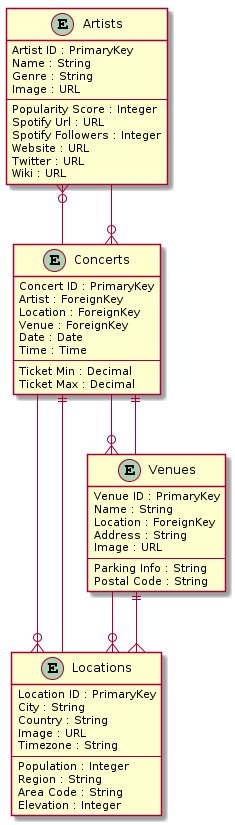
Above: uml-diagram.png in avelaga/band-together (PlantUML), before the change.
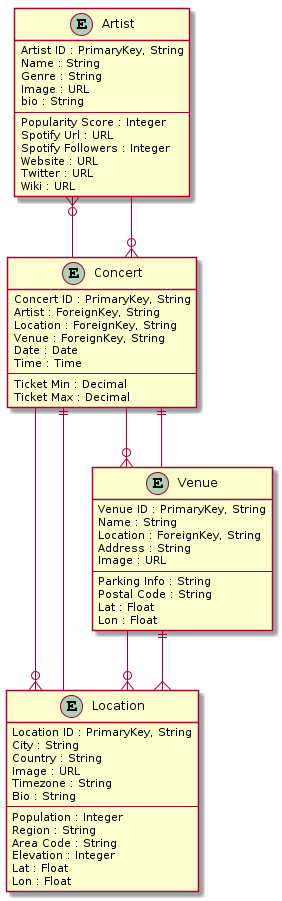
The same file after the commit.

Change to the diagram source:
```diff
@@ -1,11 +1,12 @@
 @startuml
 skinparam linetype ortho
 
-entity Artists {
-    Artist ID : PrimaryKey
+entity Artist {
+    Artist ID : PrimaryKey, String
     Name : String
     Genre : String
     Image : URL
+    bio : String
     --
     Popularity Score : Integer
     Spotify Url : URL
@@ -15,35 +16,40 @@
     Wiki : URL
 }
 
-entity Locations {
-    Location ID : PrimaryKey
+entity Location {
+    Location ID : PrimaryKey, String
     City : String
     Country : String
     Image : URL
     Timezone : String
+    Bio : String
     --
     Population : Integer
     Region : String
     Area Code : String
     Elevation : Integer
+    Lat : Float
+    Lon : Float
 }
 
-entity Venues {
-   Venue ID : PrimaryKey
+entity Venue {
+   Venue ID : PrimaryKey, String
    Name : String
-   Location : ForeignKey
+   Location : ForeignKey, String
    Address : String
    Image : URL
    --
    Parking Info : String
    Postal Code : String
+   Lat : Float
+   Lon : Float
 }
 
-entity Concerts {
-    Concert ID : PrimaryKey
-    Artist : ForeignKey
-    Location : ForeignKey
-    Venue : ForeignKey
+entity Concert {
+    Concert ID : PrimaryKey, String
+    Artist : ForeignKey, String
+    Location : ForeignKey, String
+    Venue : ForeignKey, String
     Date : Date
     Time : Time
     --
@@ -53,15 +59,15 @@
 
 
 
-Venues ||--{ Locations
-Venues }o-- Concerts
+Venue ||--{ Location
+Venue }o-- Concert
 
-Artists }o-- Concerts
+Artist }o-- Concert
 
-Locations }o-- Venues
-Locations }o-- Concerts
+Location }o-- Venue
+Location }o-- Concert
 
-Concerts }o-- Artists
-Concerts ||-- Venues
-Concerts ||-- Locations
+Concert }o-- Artist
+Concert ||-- Venue
+Concert ||-- Location
 @enduml
```
